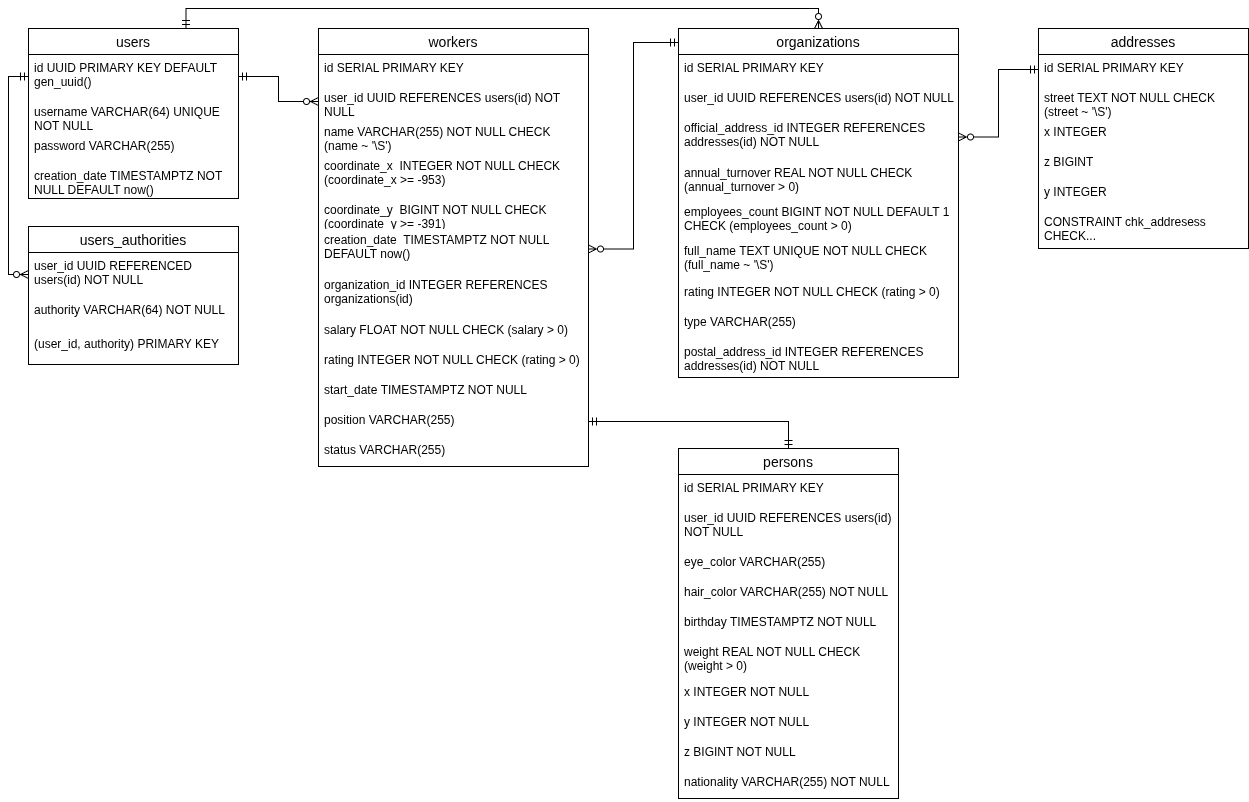
Earlier version of the draw.io export docs/diagram.drawio.png (vodobryshkin/is-lab1). Source tidied: cells renumbered, new cells last; positions are measured from the earlier drawing's top-left corner, leaving out a move shared by most shapes.
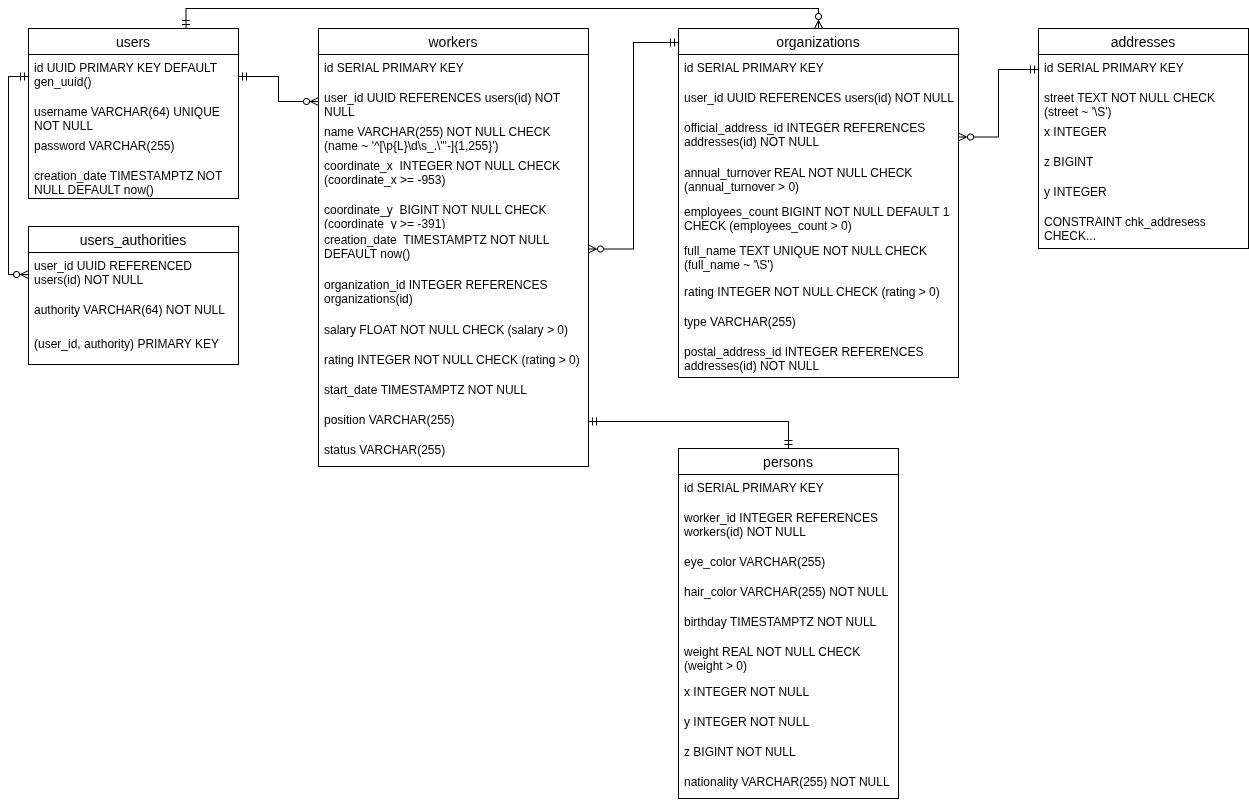
After the change.

Commit message:
Updated the regular expression for the username on the data model of the database

Change to the diagram source:
```diff
@@ -11,7 +11,7 @@
     <mxCell id="4" value="id SERIAL PRIMARY KEY" style="text;strokeColor=none;fillColor=none;spacingLeft=4;spacingRight=4;overflow=hidden;fontSize=12;whiteSpace=wrap;html=1;" parent="3" vertex="1">
       <mxGeometry y="26" width="220" height="30" as="geometry" />
     </mxCell>
-    <mxCell id="5" value="user_id UUID REFERENCES users(id) NOT NULL" style="text;strokeColor=none;fillColor=none;spacingLeft=4;spacingRight=4;overflow=hidden;fontSize=12;whiteSpace=wrap;html=1;" parent="3" vertex="1">
+    <mxCell id="5" value="worker_id INTEGER REFERENCES workers(id) NOT NULL" style="text;strokeColor=none;fillColor=none;spacingLeft=4;spacingRight=4;overflow=hidden;fontSize=12;whiteSpace=wrap;html=1;" parent="3" vertex="1">
       <mxGeometry y="56" width="220" height="44" as="geometry" />
     </mxCell>
     <mxCell id="6" value="eye_color VARCHAR(255)" style="text;strokeColor=none;fillColor=none;spacingLeft=4;spacingRight=4;overflow=hidden;fontSize=12;whiteSpace=wrap;html=1;" parent="3" vertex="1">
@@ -47,7 +47,7 @@
     <mxCell id="16" value="user_id UUID REFERENCES users(id) NOT NULL" style="text;strokeColor=none;fillColor=none;spacingLeft=4;spacingRight=4;overflow=hidden;points=[[0,0.5],[1,0.5]];portConstraint=eastwest;fontSize=12;whiteSpace=wrap;html=1;" parent="14" vertex="1">
       <mxGeometry y="56" width="270" height="34" as="geometry" />
     </mxCell>
-    <mxCell id="17" value="name VARCHAR(255) NOT NULL CHECK (name ~ '\S')" style="text;strokeColor=none;fillColor=none;spacingLeft=4;spacingRight=4;overflow=hidden;fontSize=12;whiteSpace=wrap;html=1;" parent="14" vertex="1">
+    <mxCell id="17" value="name VARCHAR(255) NOT NULL CHECK (name ~ '^[\p{L}\d\s_.\'&quot;-]{1,255}')" style="text;strokeColor=none;fillColor=none;spacingLeft=4;spacingRight=4;overflow=hidden;fontSize=12;whiteSpace=wrap;html=1;" parent="14" vertex="1">
       <mxGeometry y="90" width="270" height="34" as="geometry" />
     </mxCell>
     <mxCell id="18" value="coordinate_x&amp;nbsp; INTEGER NOT NULL CHECK (coordinate_x &amp;gt;= -953)" style="text;strokeColor=none;fillColor=none;spacingLeft=4;spacingRight=4;overflow=hidden;fontSize=12;whiteSpace=wrap;html=1;" parent="14" vertex="1">
```
